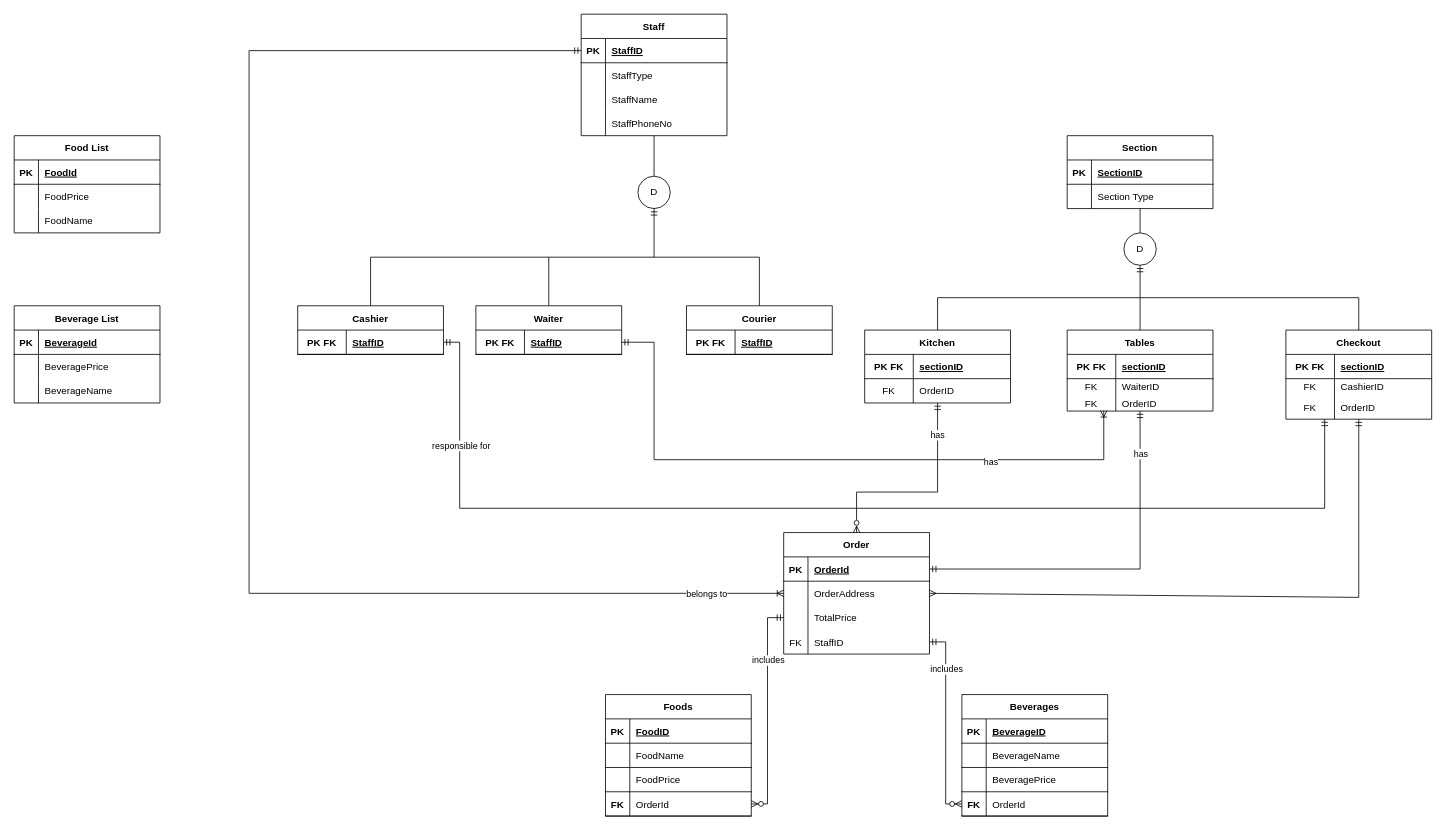
Earlier version of the draw.io diagram restaurant.drawio (burakalatas/CafeOrderProject). Source tidied: cells renumbered, new cells numbered last; positions are measured from the earlier drawing's top-left corner, leaving out a move shared by most shapes. Both pictures are drawn from the tidied source at 81%, with x=0, y=0 at pixel (14, 14).
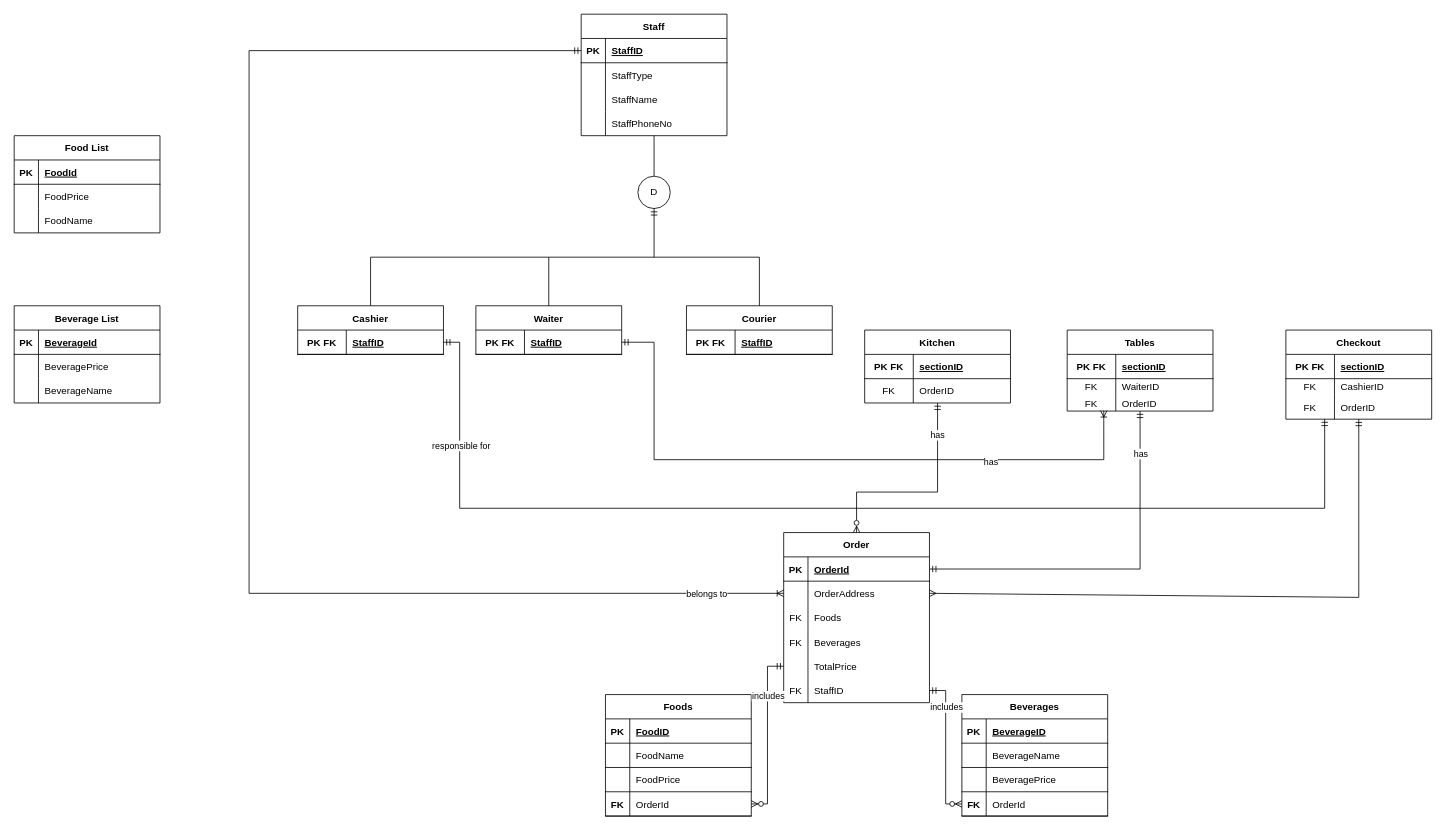
After the change.

The change refers to these unchanged cells:
```xml
<mxCell id="2" value="Kitchen" style="shape=table;startSize=30;childLayout=tableLayout;rowLines=0;fontStyle=1;align=center;" parent="1" vertex="1">
  <mxGeometry x="1050" y="390" width="180" height="90" as="geometry" />
</mxCell>
<mxCell id="9" value="Tables" style="shape=table;startSize=30;childLayout=tableLayout;rowLines=0;fontStyle=1;align=center;" parent="1" vertex="1">
  <mxGeometry x="1300" y="390" width="180" height="100" as="geometry" />
</mxCell>
<mxCell id="19" value="Checkout" style="shape=table;startSize=30;childLayout=tableLayout;rowLines=0;fontStyle=1;align=center;" parent="1" vertex="1">
  <mxGeometry x="1570" y="390" width="180" height="110" as="geometry" />
</mxCell>
```

The edit, as a diff of the source:
```diff
@@
-    <mxCell id="29" value="D" style="ellipse;whiteSpace=wrap;html=1;" parent="1" vertex="1">
-      <mxGeometry x="1370" y="270" width="40" height="40" as="geometry" />
-    </mxCell>
-    <mxCell id="30" style="endArrow=none;html=1;rounded=0;exitX=0.5;exitY=0;exitDx=0;exitDy=0;" parent="1" edge="1" source="29" target="78">
-      <mxGeometry relative="1" as="geometry" />
-    </mxCell>
-    <mxCell id="31" style="endArrow=none;html=1;rounded=0;exitX=0.5;exitY=0;exitDx=0;exitDy=0;" parent="1" edge="1" source="2">
-      <mxGeometry relative="1" as="geometry">
-        <mxPoint x="1390" y="350" as="targetPoint" />
-        <Array as="points">
-          <mxPoint x="1140" y="350" />
-        </Array>
-      </mxGeometry>
-    </mxCell>
-    <mxCell id="32" style="endArrow=none;html=1;rounded=0;exitX=0.5;exitY=0;exitDx=0;exitDy=0;" parent="1" edge="1" source="9">
-      <mxGeometry relative="1" as="geometry">
-        <mxPoint x="1390" y="340" as="targetPoint" />
-      </mxGeometry>
-    </mxCell>
-    <mxCell id="33" style="endArrow=none;html=1;rounded=0;exitX=0.5;exitY=0;exitDx=0;exitDy=0;" parent="1" edge="1" source="19">
-      <mxGeometry relative="1" as="geometry">
-        <mxPoint x="1390" y="350" as="targetPoint" />
-        <Array as="points">
-          <mxPoint x="1660" y="350" />
-        </Array>
-      </mxGeometry>
-    </mxCell>
-    <mxCell id="34" style="endArrow=ERmandOne;html=1;rounded=0;entryX=0.5;entryY=1;entryDx=0;entryDy=0;endFill=0;" parent="1" edge="1" target="29">
-      <mxGeometry relative="1" as="geometry">
-        <mxPoint x="1390" y="340" as="sourcePoint" />
-      </mxGeometry>
-    </mxCell>
     <mxCell id="35" value="Order" style="shape=table;startSize=30;childLayout=tableLayout;rowLines=0;fontStyle=1;align=center;" parent="1" vertex="1">
-      <mxGeometry x="950" y="640" width="180" height="150" as="geometry" />
+      <mxGeometry x="950" y="640" width="180" height="210" as="geometry" />
     </mxCell>
@@
+    <mxCell id="148" style="shape=tableRow;horizontal=0;startSize=0;swimlaneHead=0;swimlaneBody=0;fillColor=none;top=0;left=0;right=0;bottom=0;" parent="35" vertex="1">
+      <mxGeometry y="90" width="180" height="30" as="geometry" />
+    </mxCell>
+    <mxCell id="149" value="FK" style="shape=partialRectangle;fillColor=none;top=0;left=0;bottom=0;right=0;overflow=hidden;" parent="148" vertex="1">
+      <mxGeometry width="30" height="30" as="geometry" />
+    </mxCell>
+    <mxCell id="150" value="Foods" style="shape=partialRectangle;fillColor=none;top=0;left=0;bottom=0;right=0;align=left;spacingLeft=6;overflow=hidden;" parent="148" vertex="1">
+      <mxGeometry x="30" width="150" height="30" as="geometry" />
+    </mxCell>
+    <mxCell id="151" style="shape=tableRow;horizontal=0;startSize=0;swimlaneHead=0;swimlaneBody=0;fillColor=none;top=0;left=0;right=0;bottom=0;" parent="35" vertex="1">
+      <mxGeometry y="120" width="180" height="30" as="geometry" />
+    </mxCell>
+    <mxCell id="152" value="FK" style="shape=partialRectangle;fillColor=none;top=0;left=0;bottom=0;right=0;overflow=hidden;" parent="151" vertex="1">
+      <mxGeometry width="30" height="30" as="geometry" />
+    </mxCell>
+    <mxCell id="153" value="Beverages" style="shape=partialRectangle;fillColor=none;top=0;left=0;bottom=0;right=0;align=left;spacingLeft=6;overflow=hidden;" parent="151" vertex="1">
+      <mxGeometry x="30" width="150" height="30" as="geometry" />
+    </mxCell>
     <mxCell id="42" style="shape=tableRow;horizontal=0;startSize=0;swimlaneHead=0;swimlaneBody=0;fillColor=none;points=[[0,0.5],[1,0.5]];portConstraint=eastwest;top=0;left=0;right=0;bottom=0;" parent="35" vertex="1">
-      <mxGeometry y="90" width="180" height="30" as="geometry" />
+      <mxGeometry y="150" width="180" height="30" as="geometry" />
     </mxCell>
@@
     <mxCell id="45" style="shape=tableRow;horizontal=0;startSize=0;swimlaneHead=0;swimlaneBody=0;fillColor=none;points=[[0,0.5],[1,0.5]];portConstraint=eastwest;top=0;left=0;right=0;bottom=0;" parent="35" vertex="1">
-      <mxGeometry y="120" width="180" height="30" as="geometry" />
+      <mxGeometry y="180" width="180" height="30" as="geometry" />
     </mxCell>
@@
-    <mxCell id="78" value="Section" style="shape=table;startSize=30;childLayout=tableLayout;rowLines=0;fontStyle=1;align=center;" parent="1" vertex="1">
-      <mxGeometry x="1300" y="150" width="180" height="90" as="geometry" />
-    </mxCell>
-    <mxCell id="79" style="shape=tableRow;horizontal=0;startSize=0;swimlaneHead=0;swimlaneBody=0;fillColor=none;top=0;left=0;right=0;bottom=1;" parent="78" vertex="1">
-      <mxGeometry y="30" width="180" height="30" as="geometry" />
-    </mxCell>
-    <mxCell id="80" value="PK" style="shape=partialRectangle;fillColor=none;top=0;left=0;bottom=0;right=0;fontStyle=1;overflow=hidden;" parent="79" vertex="1">
-      <mxGeometry width="30" height="30" as="geometry" />
-    </mxCell>
-    <mxCell id="81" value="SectionID" style="shape=partialRectangle;fillColor=none;top=0;left=0;bottom=0;right=0;align=left;spacingLeft=6;fontStyle=5;overflow=hidden;" parent="79" vertex="1">
-      <mxGeometry x="30" width="150" height="30" as="geometry" />
-    </mxCell>
-    <mxCell id="82" style="shape=tableRow;horizontal=0;startSize=0;swimlaneHead=0;swimlaneBody=0;fillColor=none;top=0;left=0;right=0;bottom=0;" parent="78" vertex="1">
-      <mxGeometry y="60" width="180" height="30" as="geometry" />
-    </mxCell>
-    <mxCell id="83" style="shape=partialRectangle;fillColor=none;top=0;left=0;bottom=0;right=0;overflow=hidden;" parent="82" vertex="1">
-      <mxGeometry width="30" height="30" as="geometry" />
-    </mxCell>
-    <mxCell id="84" value="Section Type" style="shape=partialRectangle;fillColor=none;top=0;left=0;bottom=0;right=0;align=left;spacingLeft=6;overflow=hidden;" parent="82" vertex="1">
-      <mxGeometry x="30" width="150" height="30" as="geometry" />
-    </mxCell>
```
